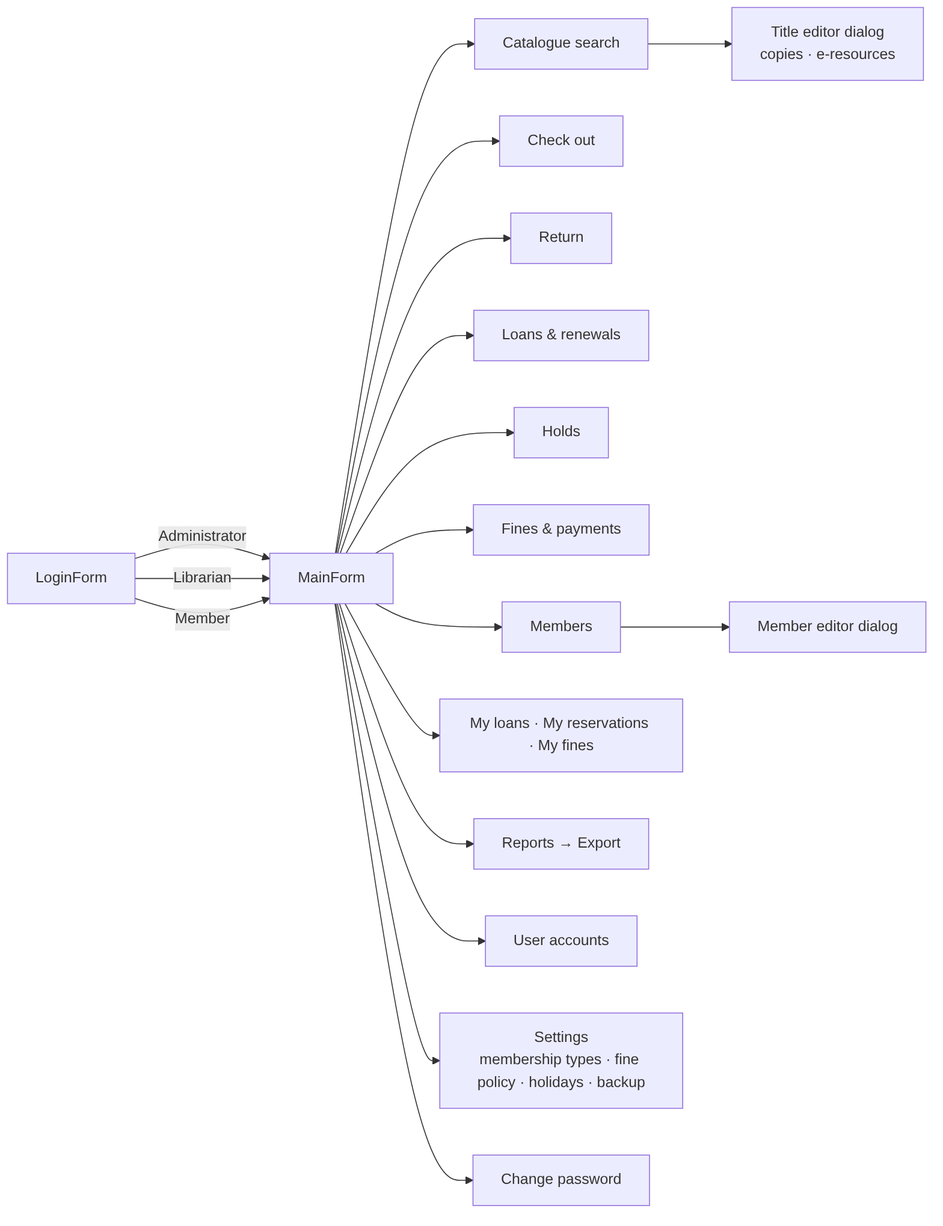
The Mermaid diagram docs/design/diagrams/navigation.png in gthanh06/261_72ITSE41704_-2474802010463-_-LibraryProject-, before a commit. Its source is kept beside it as docs/design/diagrams/navigation.mmd. Its diagram source:
```mermaid
flowchart LR
  Login[LoginForm] -->|Administrator| A[MainForm]
  Login -->|Librarian| A
  Login -->|Member| A
  A --> Cat[Catalogue search]
  Cat --> TE[Title editor dialog<br/>copies · e-resources]
  A --> CO[Check out]
  A --> RT[Return]
  A --> LO[Loans & renewals]
  A --> HO[Holds]
  A --> FI[Fines & payments]
  A --> ME[Members]
  ME --> MED[Member editor dialog]
  A --> MY[My loans · My reservations · My fines]
  A --> RP[Reports → Export]
  A --> UA[User accounts]
  A --> ST[Settings<br/>membership types · fine policy · holidays · backup]
  A --> PW[Change password]
```
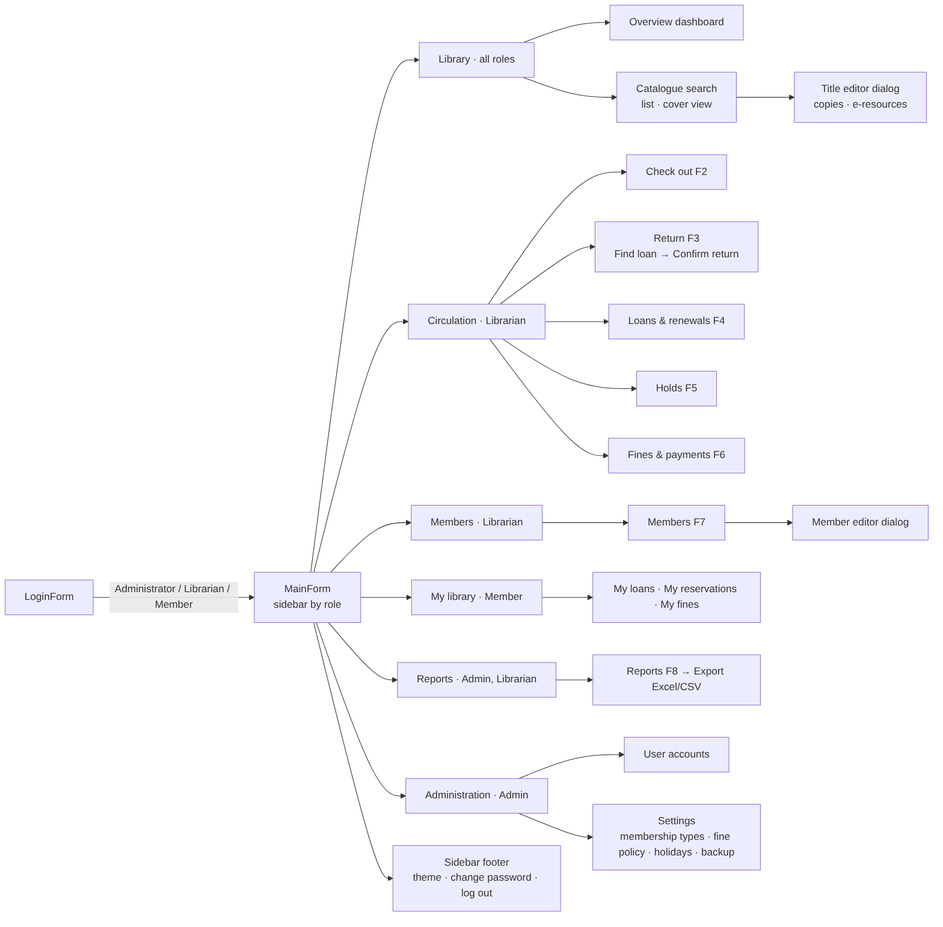
Above is the later version.

Change to the diagram source:
```diff
@@ -1,18 +1,23 @@
 flowchart LR
-  Login[LoginForm] -->|Administrator| A[MainForm]
-  Login -->|Librarian| A
-  Login -->|Member| A
-  A --> Cat[Catalogue search]
+  Login[LoginForm] -->|Administrator / Librarian / Member| A[MainForm<br/>sidebar by role]
+  A --> LIB[Library · all roles]
+  LIB --> OV[Overview dashboard]
+  LIB --> Cat[Catalogue search<br/>list · cover view]
   Cat --> TE[Title editor dialog<br/>copies · e-resources]
-  A --> CO[Check out]
-  A --> RT[Return]
-  A --> LO[Loans & renewals]
-  A --> HO[Holds]
-  A --> FI[Fines & payments]
-  A --> ME[Members]
+  A --> CIR[Circulation · Librarian]
+  CIR --> CO[Check out F2]
+  CIR --> RT[Return F3<br/>Find loan → Confirm return]
+  CIR --> LO[Loans & renewals F4]
+  CIR --> HO[Holds F5]
+  CIR --> FI[Fines & payments F6]
+  A --> MEG[Members · Librarian]
+  MEG --> ME[Members F7]
   ME --> MED[Member editor dialog]
-  A --> MY[My loans · My reservations · My fines]
-  A --> RP[Reports → Export]
-  A --> UA[User accounts]
-  A --> ST[Settings<br/>membership types · fine policy · holidays · backup]
-  A --> PW[Change password]
+  A --> MY[My library · Member]
+  MY --> ML[My loans · My reservations · My fines]
+  A --> RPG[Reports · Admin, Librarian]
+  RPG --> RP[Reports F8 → Export Excel/CSV]
+  A --> AD[Administration · Admin]
+  AD --> UA[User accounts]
+  AD --> ST[Settings<br/>membership types · fine policy · holidays · backup]
+  A --> FT[Sidebar footer<br/>theme · change password · log out]
```
